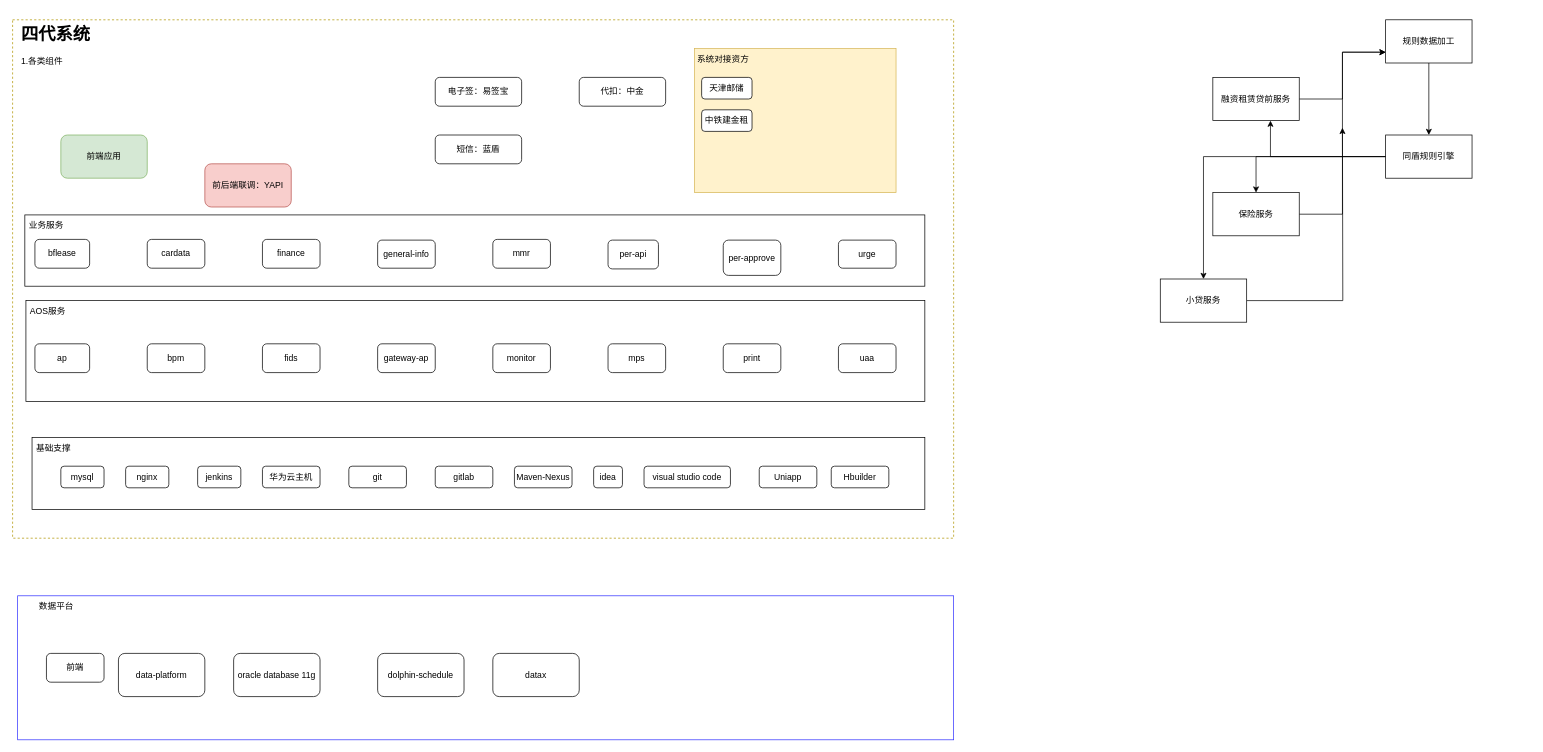
XiongZen/QJReconstitution keeps this draw.io diagram as 现有系统结构.drawio. Above is the earlier version. Source tidied: cells renumbered, new cells numbered last; positions are measured from the earlier drawing's top-left corner, leaving out a move shared by most shapes. Both pictures are drawn from the tidied source at 72%, with x=0, y=0 at pixel (12, 19).
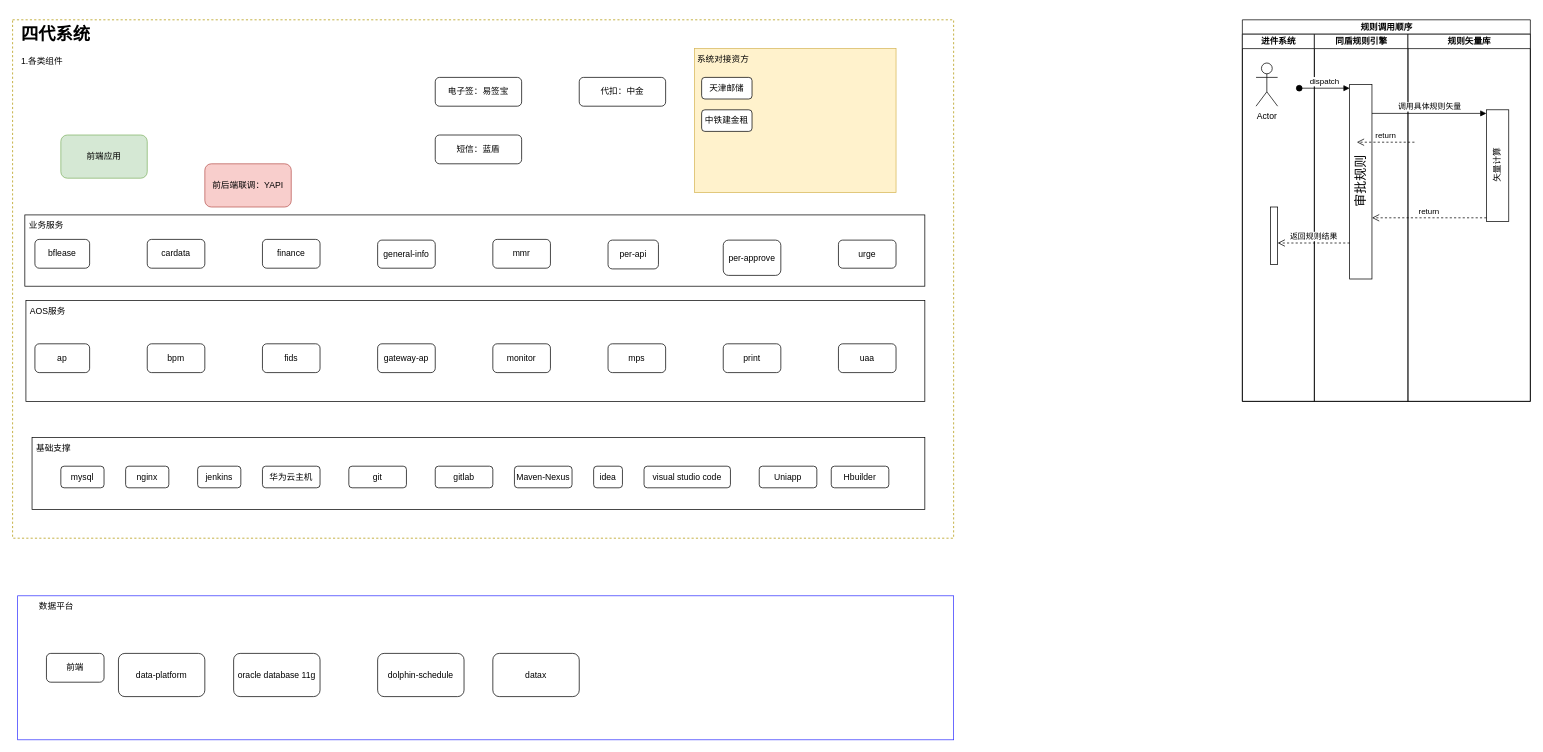
Above is the later version.

Commit message (it also covers changes not shown here):
更新现有系统结构.drawio

Change to the diagram source:
```diff
@@
-    <mxCell id="53" style="edgeStyle=orthogonalEdgeStyle;rounded=0;jettySize=auto;html=1;entryX=0;entryY=0.75;entryDx=0;entryDy=0;" parent="1" edge="1" source="54" target="56">
-      <mxGeometry relative="1" as="geometry" />
-    </mxCell>
-    <mxCell id="54" value="融资租赁贷前服务" style="rounded=0;whiteSpace=wrap;html=1;" parent="1" vertex="1">
-      <mxGeometry x="1667" y="80" width="120" height="60" as="geometry" />
-    </mxCell>
-    <mxCell id="55" style="edgeStyle=orthogonalEdgeStyle;rounded=0;jettySize=auto;html=1;entryX=0.5;entryY=0;entryDx=0;entryDy=0;" parent="1" edge="1" source="56" target="59">
-      <mxGeometry relative="1" as="geometry" />
-    </mxCell>
-    <mxCell id="56" value="规则数据加工" style="rounded=0;whiteSpace=wrap;html=1;" parent="1" vertex="1">
-      <mxGeometry x="1907" width="120" height="60" as="geometry" />
-    </mxCell>
-    <mxCell id="57" style="edgeStyle=orthogonalEdgeStyle;rounded=0;jettySize=auto;html=1;entryX=0.5;entryY=0;entryDx=0;entryDy=0;" parent="1" edge="1" source="59" target="62">
-      <mxGeometry relative="1" as="geometry" />
-    </mxCell>
-    <mxCell id="58" style="edgeStyle=orthogonalEdgeStyle;rounded=0;jettySize=auto;html=1;entryX=0.5;entryY=0;entryDx=0;entryDy=0;" parent="1" edge="1" source="59" target="64">
-      <mxGeometry relative="1" as="geometry" />
-    </mxCell>
+    <mxCell id="65" value="规则调用顺序" style="swimlane;startSize=20;html=1;" parent="1" vertex="1">
+      <mxGeometry x="1708" width="400" height="530" as="geometry" />
+    </mxCell>
+    <mxCell id="66" value="进件系统" style="swimlane;startSize=20;html=1;" parent="65" vertex="1">
+      <mxGeometry y="20" width="100" height="510" as="geometry" />
+    </mxCell>
+    <mxCell id="67" value="Actor" style="shape=umlActor;verticalLabelPosition=bottom;verticalAlign=top;html=1;" parent="66" vertex="1">
+      <mxGeometry x="19" y="40" width="30" height="60" as="geometry" />
+    </mxCell>
+    <mxCell id="68" style="html=1;points=[[0,0,0,0,5],[0,1,0,0,-5],[1,0,0,0,5],[1,1,0,0,-5]];perimeter=orthogonalPerimeter;outlineConnect=0;targetShapes=umlLifeline;portConstraint=eastwest;newEdgeStyle={&quot;curved&quot;:0,&quot;rounded&quot;:0};" parent="66" vertex="1">
+      <mxGeometry x="39" y="240" width="10" height="80" as="geometry" />
+    </mxCell>
-    <mxCell id="59" value="同盾规则引擎" style="rounded=0;whiteSpace=wrap;html=1;" parent="1" vertex="1">
-      <mxGeometry x="1907" y="160" width="120" height="60" as="geometry" />
+    <mxCell id="59" value="同盾规则引擎" style="swimlane;startSize=20;html=1;" parent="65" vertex="1">
+      <mxGeometry x="100" y="20" width="130" height="510" as="geometry" />
     </mxCell>
-    <mxCell id="60" style="edgeStyle=orthogonalEdgeStyle;rounded=0;jettySize=auto;html=1;entryX=0.667;entryY=1;entryDx=0;entryDy=0;entryPerimeter=0;" parent="1" edge="1" source="59" target="54">
-      <mxGeometry relative="1" as="geometry" />
-    </mxCell>
-    <mxCell id="61" style="edgeStyle=orthogonalEdgeStyle;rounded=0;jettySize=auto;html=1;exitX=1;exitY=0.5;exitDx=0;exitDy=0;entryX=0;entryY=0.75;entryDx=0;entryDy=0;" parent="1" edge="1" source="62" target="56">
-      <mxGeometry relative="1" as="geometry" />
-    </mxCell>
-    <mxCell id="62" value="保险服务" style="rounded=0;whiteSpace=wrap;html=1;" parent="1" vertex="1">
-      <mxGeometry x="1667" y="240" width="120" height="60" as="geometry" />
-    </mxCell>
-    <mxCell id="63" style="edgeStyle=orthogonalEdgeStyle;rounded=0;jettySize=auto;html=1;" parent="1" edge="1" source="64">
-      <mxGeometry relative="1" as="geometry">
-        <mxPoint x="1847" y="150" as="targetPoint" />
-      </mxGeometry>
-    </mxCell>
-    <mxCell id="64" value="小贷服务" style="rounded=0;whiteSpace=wrap;html=1;" parent="1" vertex="1">
-      <mxGeometry x="1594" y="360" width="120" height="60" as="geometry" />
-    </mxCell>
+    <mxCell id="69" value="审批规则" style="html=1;points=[[0,0,0,0,5],[0,1,0,0,-5],[1,0,0,0,5],[1,1,0,0,-5]];perimeter=orthogonalPerimeter;outlineConnect=0;targetShapes=umlLifeline;portConstraint=eastwest;newEdgeStyle={&quot;curved&quot;:0,&quot;rounded&quot;:0};horizontal=0;fontSize=18;" parent="59" vertex="1">
+      <mxGeometry x="49" y="70" width="31" height="270" as="geometry" />
+    </mxCell>
+    <mxCell id="70" value="dispatch" style="html=1;verticalAlign=bottom;startArrow=oval;endArrow=block;startSize=8;curved=0;rounded=0;entryX=0;entryY=0;entryDx=0;entryDy=5;" parent="59" edge="1" target="69">
+      <mxGeometry relative="1" as="geometry">
+        <mxPoint x="-21" y="75" as="sourcePoint" />
+      </mxGeometry>
+    </mxCell>
+    <mxCell id="71" value="返回规则结果" style="html=1;verticalAlign=bottom;endArrow=open;dashed=1;endSize=8;curved=0;rounded=0;" parent="59" edge="1" target="68">
+      <mxGeometry relative="1" as="geometry">
+        <mxPoint x="49" y="290" as="sourcePoint" />
+      </mxGeometry>
+    </mxCell>
+    <mxCell id="72" value="规则矢量库" style="swimlane;startSize=20;html=1;" parent="65" vertex="1">
+      <mxGeometry x="230" y="20" width="170" height="510" as="geometry" />
+    </mxCell>
+    <mxCell id="73" value="矢量计算" style="html=1;points=[[0,0,0,0,5],[0,1,0,0,-5],[1,0,0,0,5],[1,1,0,0,-5]];perimeter=orthogonalPerimeter;outlineConnect=0;targetShapes=umlLifeline;portConstraint=eastwest;newEdgeStyle={&quot;curved&quot;:0,&quot;rounded&quot;:0};horizontal=0;" parent="72" vertex="1">
+      <mxGeometry x="109" y="105" width="31" height="155" as="geometry" />
+    </mxCell>
+    <mxCell id="74" value="return" style="html=1;verticalAlign=bottom;endArrow=open;dashed=1;endSize=8;curved=0;rounded=0;exitX=0;exitY=1;exitDx=0;exitDy=-5;" parent="65" edge="1" source="73" target="69">
+      <mxGeometry relative="1" as="geometry" />
+    </mxCell>
+    <mxCell id="75" value="调用具体规则矢量" style="html=1;verticalAlign=bottom;endArrow=block;curved=0;rounded=0;entryX=0;entryY=0;entryDx=0;entryDy=5;" parent="65" edge="1" source="69" target="73">
+      <mxGeometry relative="1" as="geometry" />
+    </mxCell>
+    <mxCell id="76" value="return" style="html=1;verticalAlign=bottom;endArrow=open;dashed=1;endSize=8;curved=0;rounded=0;" parent="1" edge="1">
+      <mxGeometry relative="1" as="geometry">
+        <mxPoint x="1947" y="170" as="sourcePoint" />
+        <mxPoint x="1867" y="170" as="targetPoint" />
+      </mxGeometry>
+    </mxCell>
```
